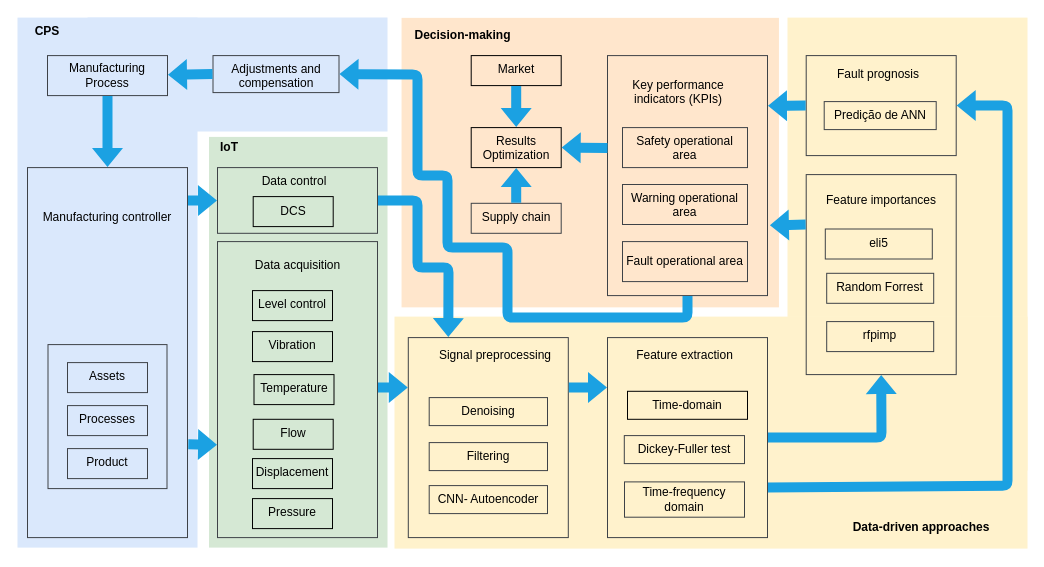
Before: Untitled Diagram.drawio in mlhoffmann/Academic, a draw.io diagram. Source tidied: cells renumbered, new cells numbered last; positions are measured from the earlier drawing's top-left corner, leaving out a move shared by most shapes. Both pictures are drawn from the tidied source at 100%, with x=0, y=0 at pixel (17, -76).
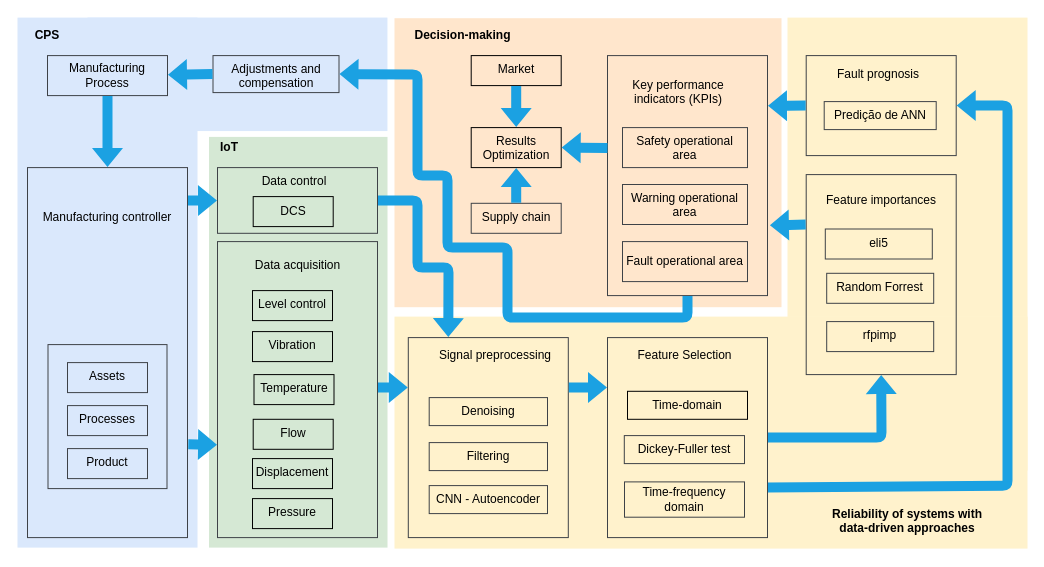
Above is the later version.

Diff of the diagram source:
```diff
@@
     <mxCell id="2" style="rounded=0;whiteSpace=wrap;html=1;strokeWidth=1;align=center;fillColor=#ffe6cc;rotation=-90;strokeColor=none;" parent="1" vertex="1">
-      <mxGeometry x="428" y="49.4" width="289.5" height="377.4" as="geometry" />
+      <mxGeometry x="426" y="44.7" width="289" height="387" as="geometry" />
     </mxCell>
@@
     <mxCell id="10" style="rounded=0;whiteSpace=wrap;html=1;strokeWidth=1;align=center;fillColor=#dae8fc;rotation=-90;strokeColor=none;" parent="1" vertex="1">
-      <mxGeometry x="163" width="114" height="300" as="geometry" />
+      <mxGeometry x="163.2" y="-0.2" width="113.5" height="300" as="geometry" />
     </mxCell>
@@
     <mxCell id="17" value="CPS" style="text;html=1;strokeColor=none;fillColor=none;align=center;verticalAlign=middle;whiteSpace=wrap;rounded=0;fontStyle=1;" parent="1" vertex="1">
-      <mxGeometry x="10" y="97.1" width="40" height="20" as="geometry" />
+      <mxGeometry x="10" y="101.1" width="40" height="20" as="geometry" />
     </mxCell>
@@
-    <mxCell id="35" value="CNN- Autoencoder" style="text;whiteSpace=wrap;html=1;align=center;strokeColor=#3E4247;" parent="1" vertex="1">
+    <mxCell id="35" value="CNN - Autoencoder" style="text;whiteSpace=wrap;html=1;align=center;strokeColor=#3E4247;" parent="1" vertex="1">
       <mxGeometry x="411.7" y="561.1" width="118.3" height="28" as="geometry" />
     </mxCell>
-    <mxCell id="36" value="Feature extraction" style="text;whiteSpace=wrap;html=1;align=center;" parent="1" vertex="1">
+    <mxCell id="36" value="Feature Selection" style="text;whiteSpace=wrap;html=1;align=center;" parent="1" vertex="1">
       <mxGeometry x="608.5" y="417.1" width="117" height="28" as="geometry" />
     </mxCell>
@@
-    <mxCell id="40" value="Data-driven approaches" style="text;whiteSpace=wrap;html=1;align=center;fontStyle=1;" parent="1" vertex="1">
-      <mxGeometry x="830" y="589.1" width="148" height="28" as="geometry" />
+    <mxCell id="40" value="Reliability of systems with data-driven approaches" style="text;whiteSpace=wrap;html=1;align=center;fontStyle=1;" parent="1" vertex="1">
+      <mxGeometry x="801" y="576.1" width="178" height="28" as="geometry" />
     </mxCell>
```
